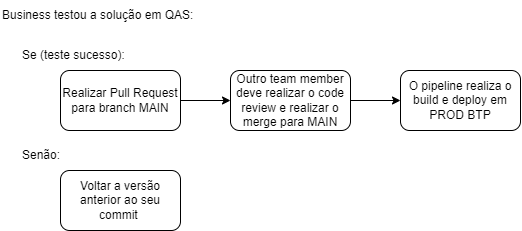
JuRibeiro/github-flow keeps this draw.io diagram as github flow parte 2.drawio.png. Above is the earlier version. Source tidied: cells renumbered, new cells last; positions are measured from the earlier drawing's top-left corner, leaving out a move shared by most shapes.
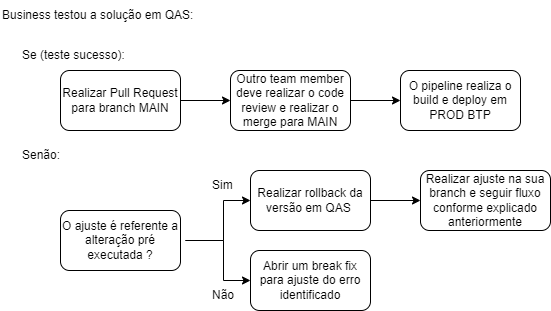
The same file after the commit.

What changed in the source:
```diff
@@ -28,8 +28,45 @@
     <mxCell id="9" value="O pipeline realiza o build e deploy em PROD BTP" style="whiteSpace=wrap;html=1;rounded=1;" parent="1" vertex="1">
       <mxGeometry x="400" y="70" width="120" height="60" as="geometry" />
     </mxCell>
-    <mxCell id="10" value="Voltar a versão anterior ao seu commit&amp;nbsp;" style="whiteSpace=wrap;html=1;rounded=1;" parent="1" vertex="1">
-      <mxGeometry x="60" y="170" width="120" height="60" as="geometry" />
+    <mxCell id="10" value="O ajuste é referente a alteração pré executada ?" style="whiteSpace=wrap;html=1;rounded=1;" parent="1" vertex="1">
+      <mxGeometry x="60" y="210" width="120" height="60" as="geometry" />
     </mxCell>
+    <mxCell id="11" style="edgeStyle=orthogonalEdgeStyle;rounded=0;jettySize=auto;html=1;" parent="1" edge="1" target="14">
+      <mxGeometry relative="1" as="geometry">
+        <mxPoint x="185" y="240" as="sourcePoint" />
+        <Array as="points">
+          <mxPoint x="223" y="240" />
+          <mxPoint x="223" y="280" />
+        </Array>
+      </mxGeometry>
+    </mxCell>
+    <mxCell id="12" style="edgeStyle=orthogonalEdgeStyle;rounded=0;jettySize=auto;html=1;" parent="1" edge="1" source="13" target="18">
+      <mxGeometry relative="1" as="geometry" />
+    </mxCell>
+    <mxCell id="13" value="Realizar rollback da versão em QAS&amp;nbsp;" style="whiteSpace=wrap;html=1;rounded=1;" parent="1" vertex="1">
+      <mxGeometry x="250" y="170" width="120" height="60" as="geometry" />
+    </mxCell>
+    <mxCell id="14" value="Abrir um break fix para ajuste do erro identificado" style="whiteSpace=wrap;html=1;rounded=1;" parent="1" vertex="1">
+      <mxGeometry x="250" y="250" width="120" height="60" as="geometry" />
+    </mxCell>
+    <mxCell id="15" style="edgeStyle=orthogonalEdgeStyle;rounded=0;orthogonalLoop=1;jettySize=auto;html=1;exitX=1;exitY=0.5;exitDx=0;exitDy=0;" parent="1" edge="1">
+      <mxGeometry relative="1" as="geometry">
+        <mxPoint x="185" y="240" as="sourcePoint" />
+        <mxPoint x="250" y="200" as="targetPoint" />
+        <Array as="points">
+          <mxPoint x="223" y="240" />
+          <mxPoint x="223" y="200" />
+        </Array>
+      </mxGeometry>
+    </mxCell>
+    <mxCell id="16" value="Sim" style="text;html=1;strokeColor=none;fillColor=none;align=left;verticalAlign=middle;whiteSpace=wrap;rounded=0;" parent="1" vertex="1">
+      <mxGeometry x="210" y="170" width="30" height="30" as="geometry" />
+    </mxCell>
+    <mxCell id="17" value="Não" style="text;html=1;strokeColor=none;fillColor=none;align=left;verticalAlign=middle;whiteSpace=wrap;rounded=0;" parent="1" vertex="1">
+      <mxGeometry x="210" y="280" width="35" height="30" as="geometry" />
+    </mxCell>
+    <mxCell id="18" value="Realizar ajuste na sua branch e seguir fluxo conforme explicado anteriormente" style="whiteSpace=wrap;html=1;rounded=1;" parent="1" vertex="1">
+      <mxGeometry x="420" y="170" width="130" height="60" as="geometry" />
+    </mxCell>
   </root>
 </mxGraphModel>
```
